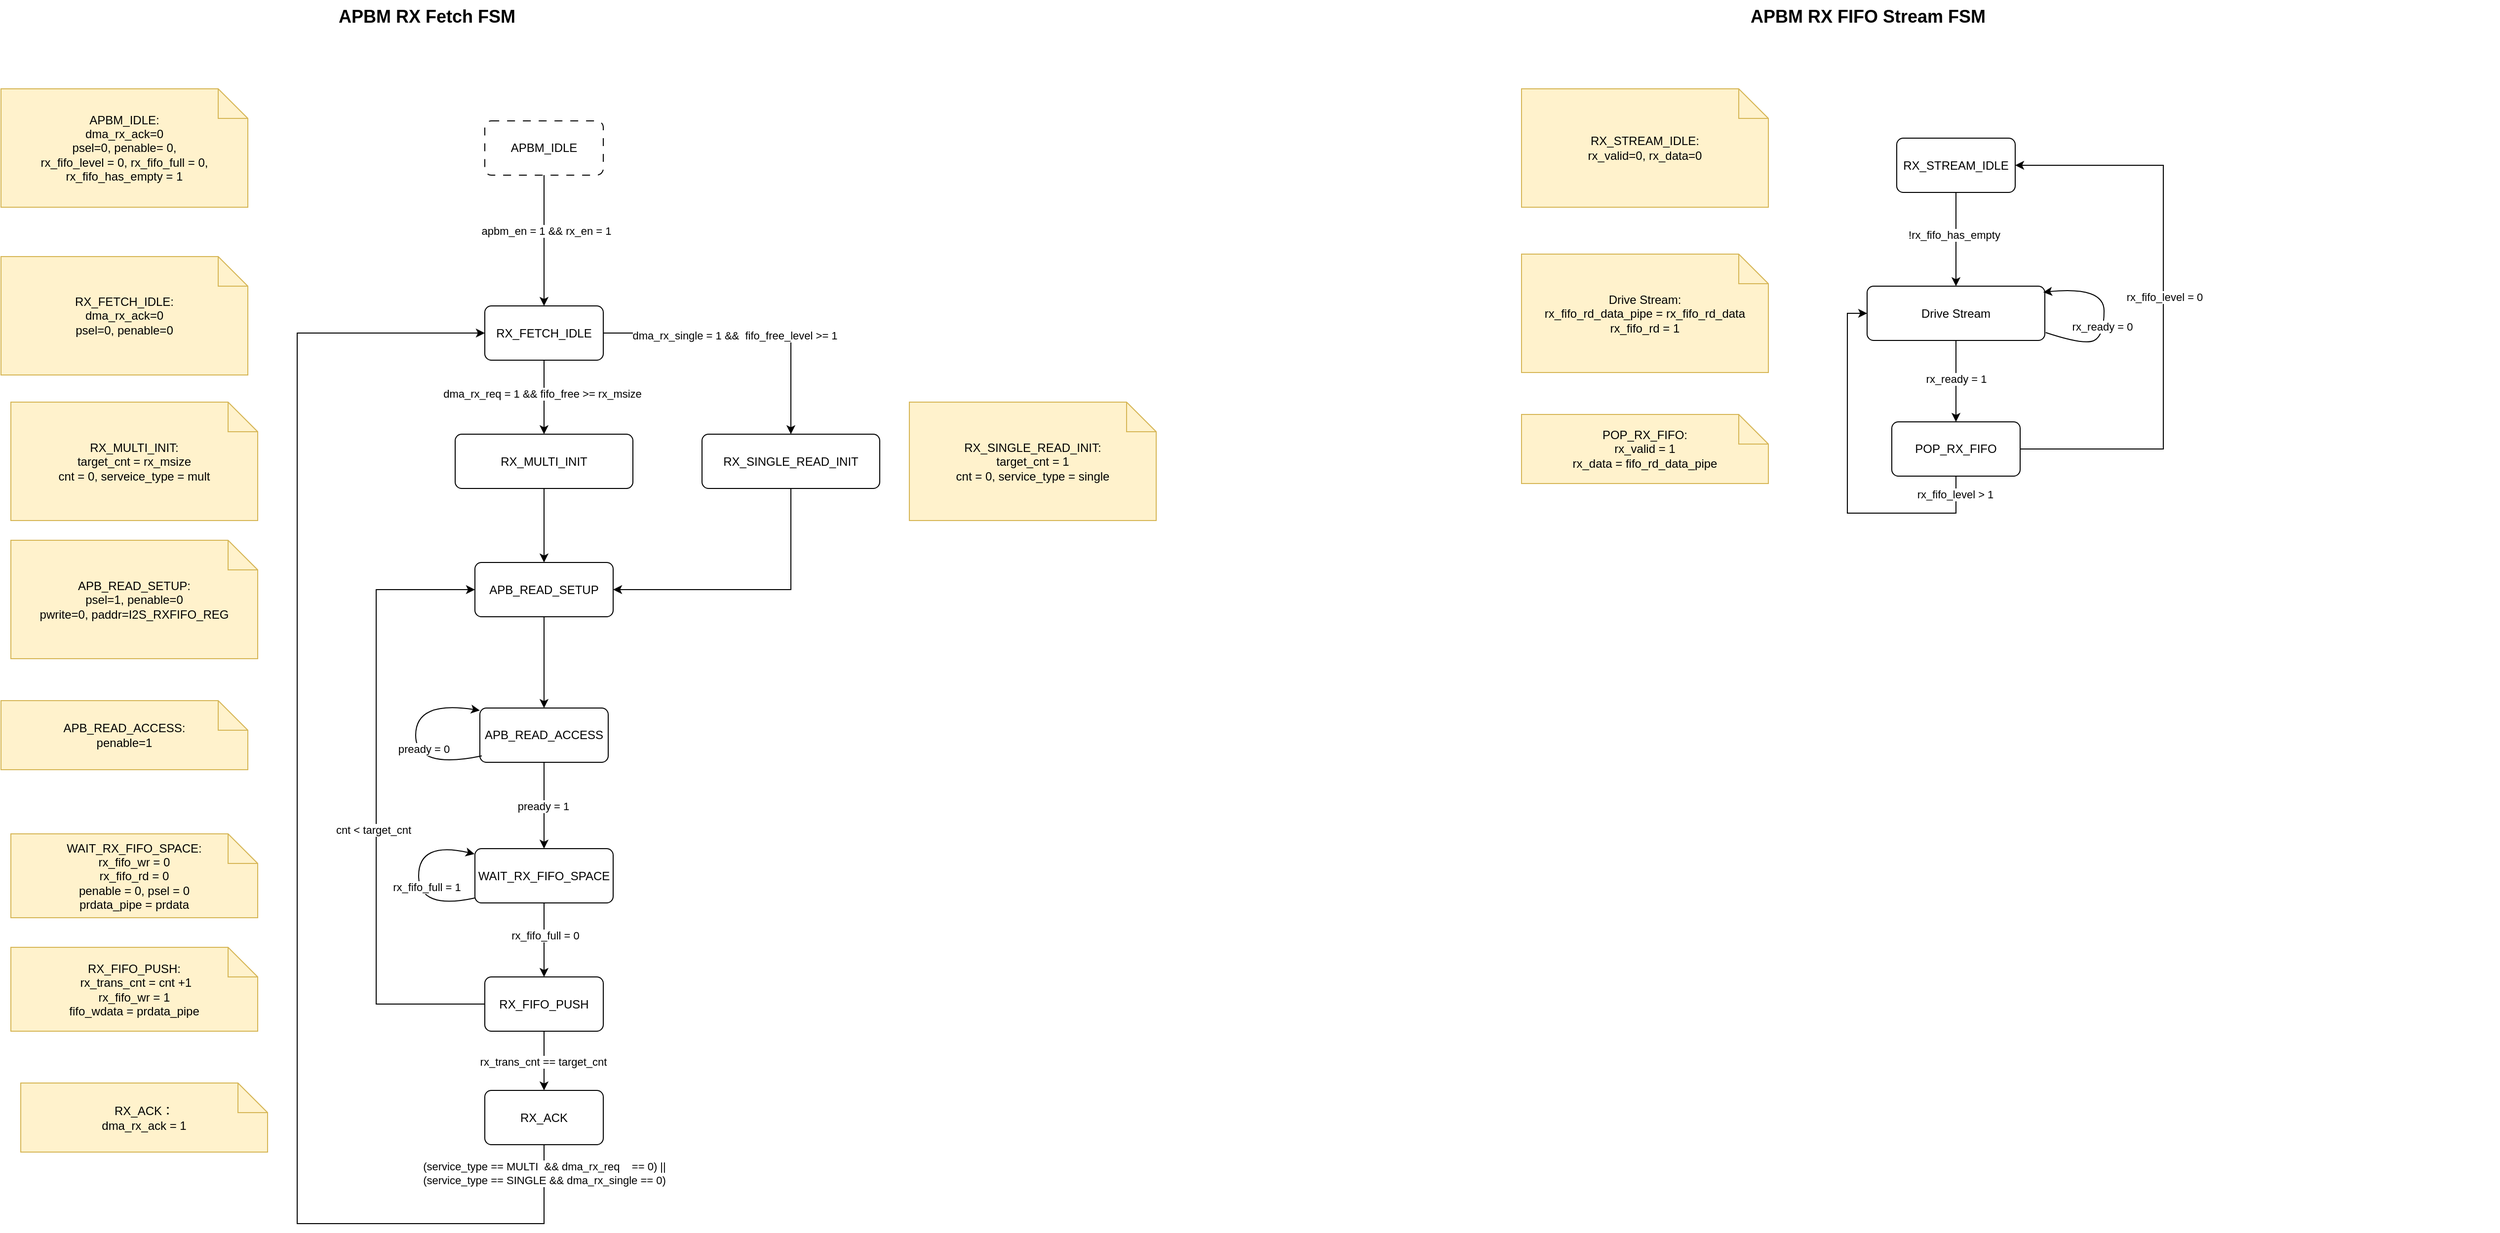
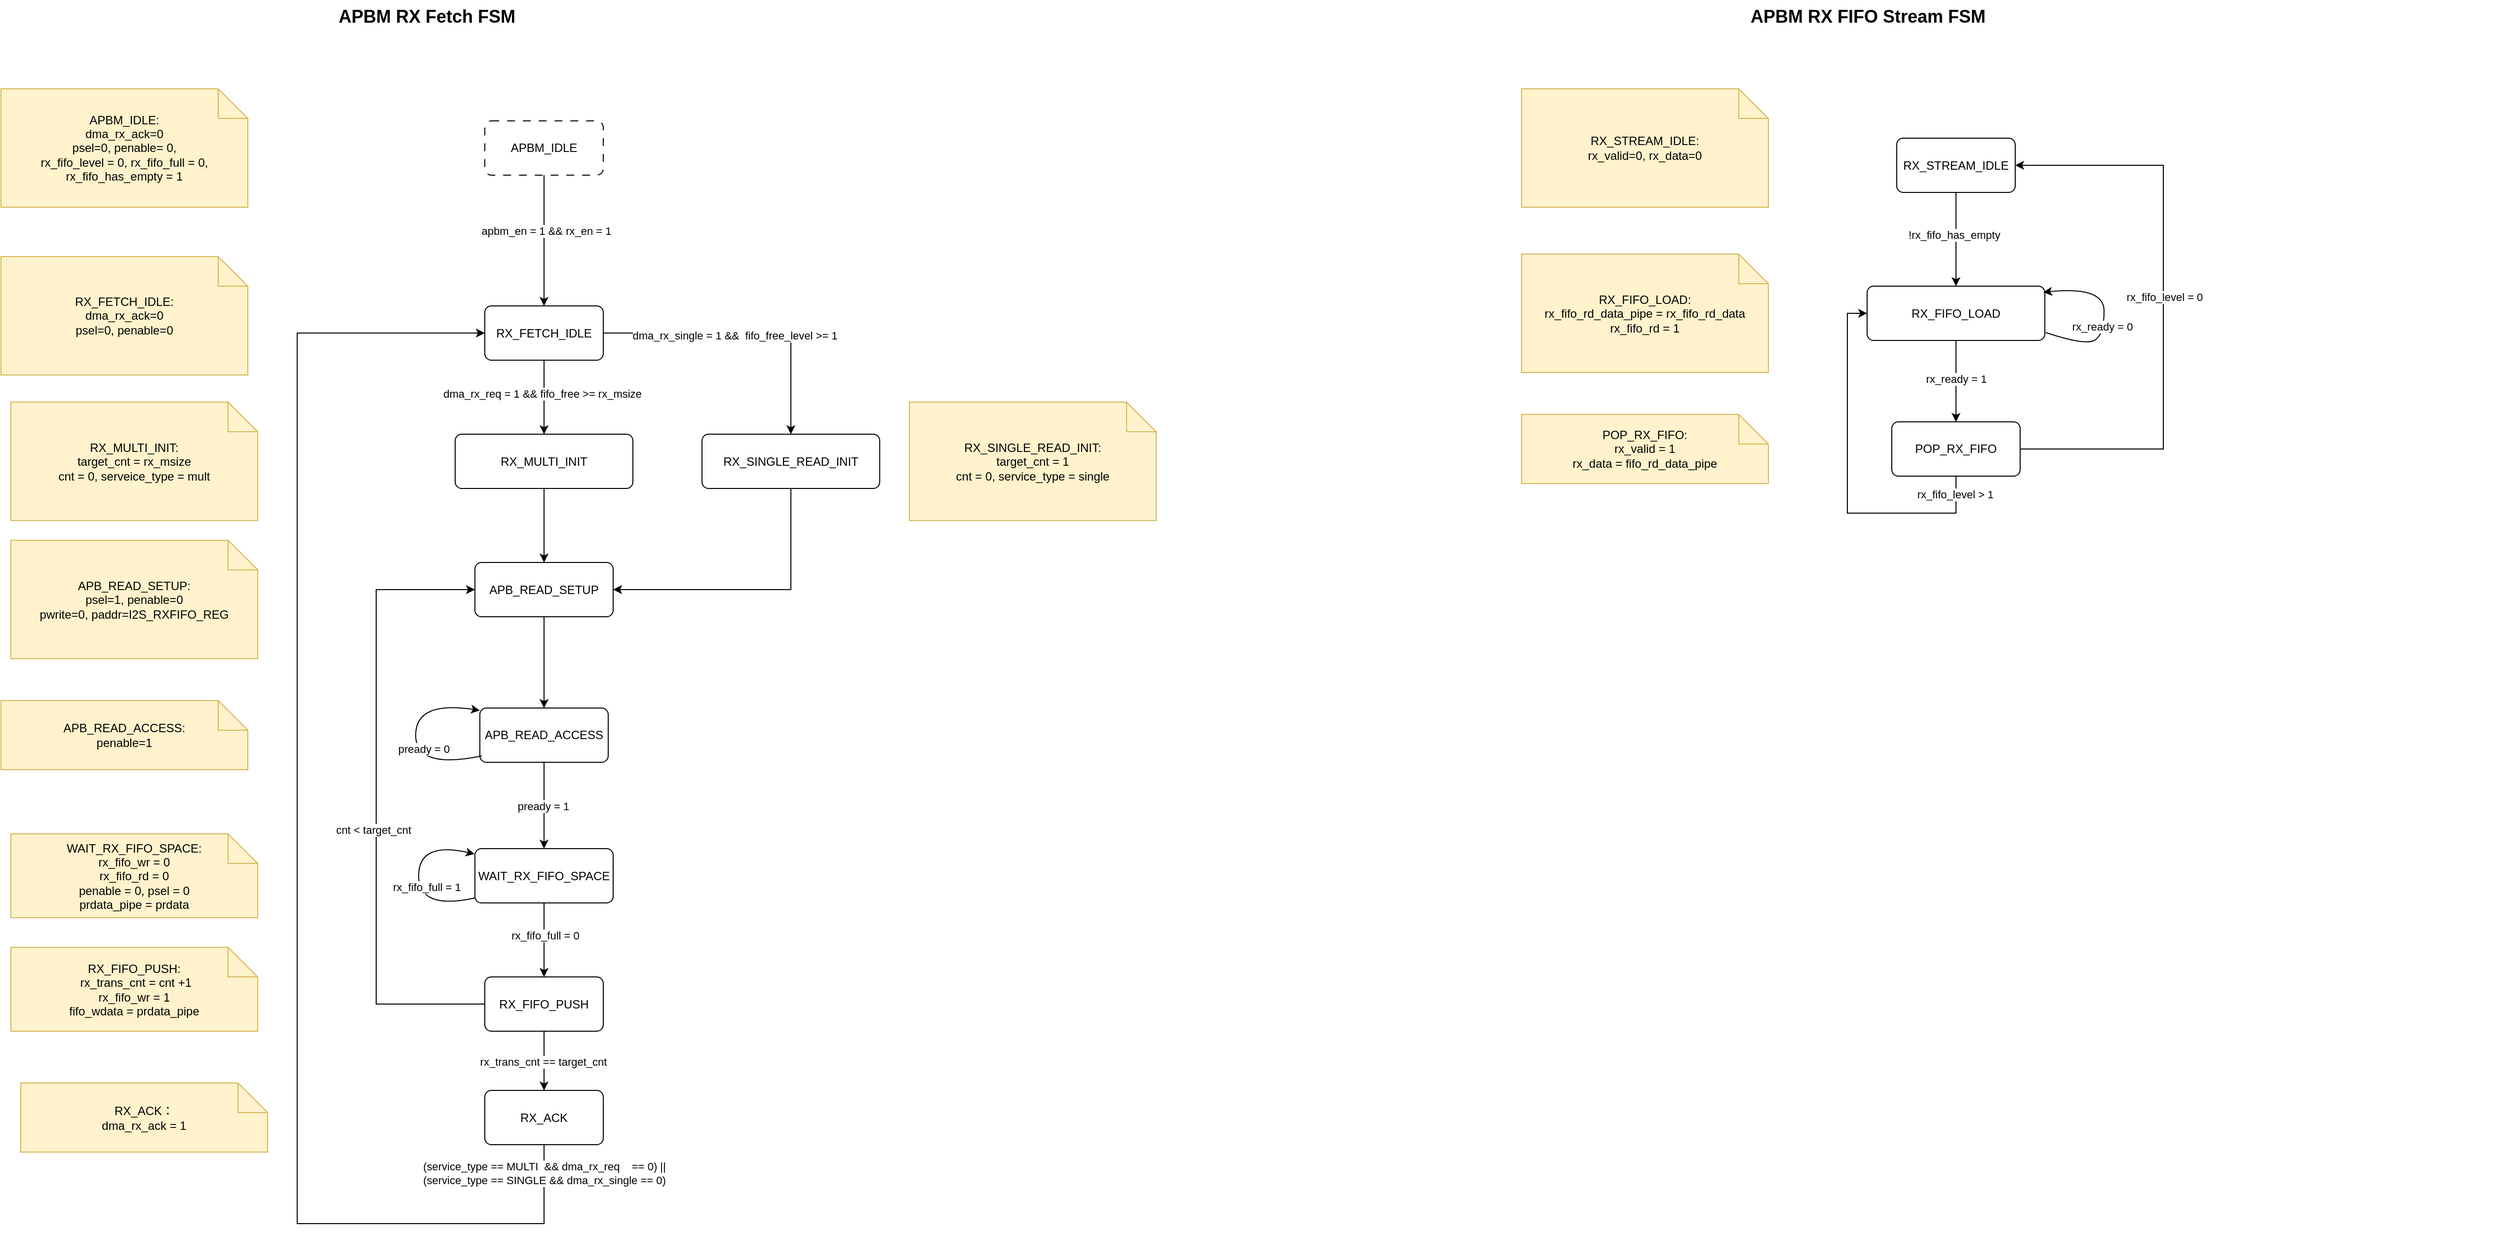
<mxfile host="app.diagrams.net" agent="ChatGPT">
  <diagram id="apbm_rx_fetch_fsm" name="APBM_RX_Fetch_FSM">
    <mxGraphModel dx="2358" dy="397" grid="1" gridSize="10" guides="1" tooltips="1" connect="1" arrows="1" fold="1" page="1" pageScale="1" pageWidth="1654" pageHeight="2339" math="0" shadow="0">
      <root>
        <mxCell id="0" />
        <mxCell id="1" parent="0" />
        <mxCell id="title" parent="1" style="text;html=1;strokeColor=none;fillColor=none;fontSize=18;fontStyle=1;" value="APBM RX Fetch FSM&amp;nbsp;&amp;nbsp;" vertex="1">
          <mxGeometry height="40" width="760" x="120" y="10" as="geometry" />
        </mxCell>
        <mxCell id="idle" parent="1" style="rounded=1;whiteSpace=wrap;html=1;arcSize=12;fillColor=#ffffff;strokeColor=#000000;" value="RX_FETCH_IDLE" vertex="1">
          <mxGeometry height="55" width="120" x="270" y="320" as="geometry" />
        </mxCell>
        <mxCell id="b5V3izeqS-97gPEoPy1i-3" parent="1" style="rounded=1;whiteSpace=wrap;html=1;arcSize=12;fillColor=#ffffff;strokeColor=#000000;" value="APB_READ_SETUP" vertex="1">
          <mxGeometry height="55" width="140" x="260" y="580" as="geometry" />
        </mxCell>
        <mxCell id="b5V3izeqS-97gPEoPy1i-7" edge="1" parent="1" source="idle" style="endArrow=classic;html=1;rounded=0;exitX=0.5;exitY=1;exitDx=0;exitDy=0;entryX=0.5;entryY=0;entryDx=0;entryDy=0;" target="b5V3izeqS-97gPEoPy1i-90" value="">
          <mxGeometry height="50" relative="1" width="50" as="geometry">
            <mxPoint x="350" y="440" as="sourcePoint" />
            <mxPoint x="330" y="450" as="targetPoint" />
          </mxGeometry>
        </mxCell>
        <mxCell id="b5V3izeqS-97gPEoPy1i-8" connectable="0" parent="b5V3izeqS-97gPEoPy1i-7" style="edgeLabel;html=1;align=center;verticalAlign=middle;resizable=0;points=[];" value="dma_rx_req = 1 &amp;amp;&amp;amp; fifo_free &amp;gt;= rx_msize" vertex="1">
          <mxGeometry relative="1" x="-0.0927" y="-2" as="geometry">
            <mxPoint as="offset" />
          </mxGeometry>
        </mxCell>
        <mxCell id="b5V3izeqS-97gPEoPy1i-9" parent="1" style="shape=note;whiteSpace=wrap;html=1;fillColor=#fff2cc;strokeColor=#d6b656;" value="APB_READ_SETUP:&lt;div&gt;psel=1, penable=0&lt;br&gt;pwrite=0, paddr=I2S_RXFIFO_REG&lt;/div&gt;" vertex="1">
          <mxGeometry height="120" width="250" x="-210" y="557.5" as="geometry" />
        </mxCell>
        <mxCell id="b5V3izeqS-97gPEoPy1i-10" parent="1" style="rounded=1;whiteSpace=wrap;html=1;arcSize=12;fillColor=#ffffff;strokeColor=#000000;" value="APB_READ_ACCESS" vertex="1">
          <mxGeometry height="55" width="130" x="265" y="727.5" as="geometry" />
        </mxCell>
        <mxCell id="b5V3izeqS-97gPEoPy1i-11" edge="1" parent="1" source="b5V3izeqS-97gPEoPy1i-3" style="endArrow=classic;html=1;rounded=0;exitX=0.5;exitY=1;exitDx=0;exitDy=0;entryX=0.5;entryY=0;entryDx=0;entryDy=0;" target="b5V3izeqS-97gPEoPy1i-10" value="">
          <mxGeometry height="50" relative="1" width="50" as="geometry">
            <mxPoint x="340" y="710" as="sourcePoint" />
            <mxPoint x="390" y="660" as="targetPoint" />
          </mxGeometry>
        </mxCell>
        <mxCell id="b5V3izeqS-97gPEoPy1i-13" parent="1" style="shape=note;whiteSpace=wrap;html=1;fillColor=#fff2cc;strokeColor=#d6b656;" value="APB_READ_ACCESS:&lt;br&gt;penable=1" vertex="1">
          <mxGeometry height="70" width="250" x="-220" y="720" as="geometry" />
        </mxCell>
        <mxCell id="b5V3izeqS-97gPEoPy1i-14" edge="1" parent="1" source="b5V3izeqS-97gPEoPy1i-10" style="curved=1;endArrow=classic;html=1;rounded=0;exitX=0.015;exitY=0.881;exitDx=0;exitDy=0;entryX=0;entryY=0;entryDx=0;entryDy=0;exitPerimeter=0;" value="">
          <mxGeometry height="50" relative="1" width="50" as="geometry">
            <Array as="points">
              <mxPoint x="200" y="790" />
              <mxPoint x="200" y="720" />
            </Array>
            <mxPoint x="265" y="785" as="sourcePoint" />
            <mxPoint x="265" y="730" as="targetPoint" />
          </mxGeometry>
        </mxCell>
        <mxCell id="b5V3izeqS-97gPEoPy1i-15" connectable="0" parent="b5V3izeqS-97gPEoPy1i-14" style="edgeLabel;html=1;align=center;verticalAlign=middle;resizable=0;points=[];" value="pready = 0" vertex="1">
          <mxGeometry relative="1" x="-0.1215" y="-8" as="geometry">
            <mxPoint as="offset" />
          </mxGeometry>
        </mxCell>
        <mxCell id="b5V3izeqS-97gPEoPy1i-16" parent="1" style="rounded=1;whiteSpace=wrap;html=1;arcSize=12;fillColor=#ffffff;strokeColor=#000000;" value="WAIT_RX_FIFO_SPACE" vertex="1">
          <mxGeometry height="55" width="140" x="260" y="870" as="geometry" />
        </mxCell>
        <mxCell id="b5V3izeqS-97gPEoPy1i-18" edge="1" parent="1" source="b5V3izeqS-97gPEoPy1i-10" style="endArrow=classic;html=1;rounded=0;exitX=0.5;exitY=1;exitDx=0;exitDy=0;entryX=0.5;entryY=0;entryDx=0;entryDy=0;" target="b5V3izeqS-97gPEoPy1i-16" value="">
          <mxGeometry height="50" relative="1" width="50" as="geometry">
            <mxPoint x="320" y="860" as="sourcePoint" />
            <mxPoint x="370" y="810" as="targetPoint" />
          </mxGeometry>
        </mxCell>
        <mxCell id="b5V3izeqS-97gPEoPy1i-19" connectable="0" parent="b5V3izeqS-97gPEoPy1i-18" style="edgeLabel;html=1;align=center;verticalAlign=middle;resizable=0;points=[];" value="pready = 1" vertex="1">
          <mxGeometry relative="1" x="0.0089" y="-1" as="geometry">
            <mxPoint as="offset" />
          </mxGeometry>
        </mxCell>
        <mxCell id="b5V3izeqS-97gPEoPy1i-20" parent="1" style="shape=note;whiteSpace=wrap;html=1;fillColor=#fff2cc;strokeColor=#d6b656;" value="WAIT_RX_FIFO_SPACE:&lt;div&gt;rx_fifo_wr = 0&lt;/div&gt;&lt;div&gt;rx_fifo_rd = 0&lt;br&gt;&lt;/div&gt;&lt;div&gt;penable = 0, psel = 0&lt;/div&gt;&lt;div&gt;prdata_pipe = prdata&lt;/div&gt;" vertex="1">
          <mxGeometry height="85" width="250" x="-210" y="855" as="geometry" />
        </mxCell>
        <mxCell id="b5V3izeqS-97gPEoPy1i-21" parent="1" style="rounded=1;whiteSpace=wrap;html=1;arcSize=12;fillColor=#ffffff;strokeColor=#000000;" value="RX_ACK" vertex="1">
          <mxGeometry height="55" width="120" x="270" y="1115" as="geometry" />
        </mxCell>
        <mxCell id="b5V3izeqS-97gPEoPy1i-26" edge="1" parent="1" source="b5V3izeqS-97gPEoPy1i-75" style="endArrow=classic;html=1;rounded=0;exitX=0.5;exitY=1;exitDx=0;exitDy=0;" value="">
          <mxGeometry height="50" relative="1" width="50" as="geometry">
            <mxPoint x="329.57" y="1040" as="sourcePoint" />
            <mxPoint x="330" y="1115" as="targetPoint" />
          </mxGeometry>
        </mxCell>
        <mxCell id="b5V3izeqS-97gPEoPy1i-27" connectable="0" parent="b5V3izeqS-97gPEoPy1i-26" style="edgeLabel;html=1;align=center;verticalAlign=middle;resizable=0;points=[];" value="rx_trans_cnt == target_cnt" vertex="1">
          <mxGeometry relative="1" x="0.0089" y="-1" as="geometry">
            <mxPoint as="offset" />
          </mxGeometry>
        </mxCell>
        <mxCell id="b5V3izeqS-97gPEoPy1i-28" parent="1" style="shape=note;whiteSpace=wrap;html=1;fillColor=#fff2cc;strokeColor=#d6b656;" value="RX_ACK：&lt;div&gt;dma_rx_ack = 1&lt;/div&gt;" vertex="1">
          <mxGeometry height="70" width="250" x="-200" y="1107.5" as="geometry" />
        </mxCell>
        <mxCell id="b5V3izeqS-97gPEoPy1i-29" parent="1" style="shape=note;whiteSpace=wrap;html=1;fillColor=#fff2cc;strokeColor=#d6b656;" value="RX_FETCH_IDLE:&lt;div&gt;dma_rx_ack=0&lt;/div&gt;&lt;div&gt;psel=0, penable=0&lt;br&gt;&lt;/div&gt;" vertex="1">
          <mxGeometry height="120" width="250" x="-220" y="270" as="geometry" />
        </mxCell>
        <mxCell id="b5V3izeqS-97gPEoPy1i-30" edge="1" parent="1" source="b5V3izeqS-97gPEoPy1i-21" style="endArrow=classic;html=1;rounded=0;exitX=0.5;exitY=1;exitDx=0;exitDy=0;edgeStyle=orthogonalEdgeStyle;entryX=0;entryY=0.5;entryDx=0;entryDy=0;" target="idle" value="">
          <mxGeometry height="50" relative="1" width="50" as="geometry">
            <Array as="points">
              <mxPoint x="330" y="1250" />
              <mxPoint x="80" y="1250" />
              <mxPoint x="80" y="348" />
            </Array>
            <mxPoint x="219.95" y="932.5" as="sourcePoint" />
            <mxPoint x="160" y="345" as="targetPoint" />
          </mxGeometry>
        </mxCell>
        <mxCell id="b5V3izeqS-97gPEoPy1i-74" connectable="0" parent="b5V3izeqS-97gPEoPy1i-30" style="edgeLabel;html=1;align=center;verticalAlign=middle;resizable=0;points=[];" value="&lt;div&gt;(service_type == MULTI&amp;nbsp; &amp;amp;&amp;amp; dma_rx_req&amp;nbsp; &amp;nbsp; == 0) ||&lt;/div&gt;&lt;div&gt;(service_type == SINGLE &amp;amp;&amp;amp; dma_rx_single == 0)&lt;/div&gt;" vertex="1">
          <mxGeometry relative="1" x="-0.9589" as="geometry">
            <mxPoint as="offset" />
          </mxGeometry>
        </mxCell>
        <mxCell id="b5V3izeqS-97gPEoPy1i-31" edge="1" parent="1" source="idle" style="endArrow=classic;html=1;rounded=0;exitX=1;exitY=0.5;exitDx=0;exitDy=0;edgeStyle=orthogonalEdgeStyle;entryX=0.5;entryY=0;entryDx=0;entryDy=0;" target="b5V3izeqS-97gPEoPy1i-34" value="">
          <mxGeometry height="50" relative="1" width="50" as="geometry">
            <mxPoint x="560" y="420" as="sourcePoint" />
            <mxPoint x="570" y="440" as="targetPoint" />
          </mxGeometry>
        </mxCell>
        <mxCell id="b5V3izeqS-97gPEoPy1i-32" connectable="0" parent="b5V3izeqS-97gPEoPy1i-31" style="edgeLabel;html=1;align=center;verticalAlign=middle;resizable=0;points=[];" value="dma_rx_single = 1 &amp;amp;&amp;amp;&amp;nbsp; fifo_free_level &amp;gt;= 1" vertex="1">
          <mxGeometry relative="1" x="-0.0927" y="-2" as="geometry">
            <mxPoint as="offset" />
          </mxGeometry>
        </mxCell>
        <mxCell id="b5V3izeqS-97gPEoPy1i-34" parent="1" style="rounded=1;whiteSpace=wrap;html=1;arcSize=12;fillColor=#ffffff;strokeColor=#000000;" value="RX_SINGLE_READ_INIT" vertex="1">
          <mxGeometry height="55" width="180" x="490" y="450" as="geometry" />
        </mxCell>
        <mxCell id="b5V3izeqS-97gPEoPy1i-35" parent="1" style="shape=note;whiteSpace=wrap;html=1;fillColor=#fff2cc;strokeColor=#d6b656;" value="RX_SINGLE_READ_INIT:&lt;div&gt;target_cnt = 1&lt;br&gt;cnt = 0, service_type = single&lt;/div&gt;" vertex="1">
          <mxGeometry height="120" width="250" x="700" y="417.5" as="geometry" />
        </mxCell>
        <mxCell id="b5V3izeqS-97gPEoPy1i-39" edge="1" parent="1" source="b5V3izeqS-97gPEoPy1i-34" style="endArrow=classic;html=1;rounded=0;exitX=0.5;exitY=1;exitDx=0;exitDy=0;entryX=1;entryY=0.5;entryDx=0;entryDy=0;edgeStyle=orthogonalEdgeStyle;" target="b5V3izeqS-97gPEoPy1i-3" value="">
          <mxGeometry height="50" relative="1" width="50" as="geometry">
            <mxPoint x="540" y="830" as="sourcePoint" />
            <mxPoint x="590" y="780" as="targetPoint" />
          </mxGeometry>
        </mxCell>
        <mxCell id="b5V3izeqS-97gPEoPy1i-40" parent="1" style="text;html=1;strokeColor=none;fillColor=none;fontSize=18;fontStyle=1;" value="APBM RX FIFO Stream FSM&amp;nbsp;&amp;nbsp;" vertex="1">
          <mxGeometry height="40" width="760" x="1550" y="10" as="geometry" />
        </mxCell>
        <mxCell id="b5V3izeqS-97gPEoPy1i-41" parent="1" style="rounded=1;whiteSpace=wrap;html=1;arcSize=12;fillColor=#ffffff;strokeColor=#000000;" value="RX_STREAM_IDLE" vertex="1">
          <mxGeometry height="55" width="120" x="1700" y="150" as="geometry" />
        </mxCell>
-         <mxCell id="b5V3izeqS-97gPEoPy1i-42" parent="1" style="rounded=1;whiteSpace=wrap;html=1;arcSize=12;fillColor=#ffffff;strokeColor=#000000;" value="Drive Stream" vertex="1">
+         <mxCell id="b5V3izeqS-97gPEoPy1i-42" parent="1" style="rounded=1;whiteSpace=wrap;html=1;arcSize=12;fillColor=#ffffff;strokeColor=#000000;" value="RX_FIFO_LOAD" vertex="1">
          <mxGeometry height="55" width="180" x="1670" y="300" as="geometry" />
        </mxCell>
        <mxCell id="b5V3izeqS-97gPEoPy1i-43" edge="1" parent="1" source="b5V3izeqS-97gPEoPy1i-41" style="endArrow=classic;html=1;rounded=0;exitX=0.5;exitY=1;exitDx=0;exitDy=0;entryX=0.5;entryY=0;entryDx=0;entryDy=0;" target="b5V3izeqS-97gPEoPy1i-42" value="">
          <mxGeometry height="50" relative="1" width="50" as="geometry">
            <mxPoint x="1780" y="270" as="sourcePoint" />
            <mxPoint x="1830" y="220" as="targetPoint" />
          </mxGeometry>
        </mxCell>
        <mxCell id="b5V3izeqS-97gPEoPy1i-44" connectable="0" parent="b5V3izeqS-97gPEoPy1i-43" style="edgeLabel;html=1;align=center;verticalAlign=middle;resizable=0;points=[];" value="!rx_fifo_has_empty" vertex="1">
          <mxGeometry relative="1" x="-0.0927" y="-2" as="geometry">
            <mxPoint as="offset" />
          </mxGeometry>
        </mxCell>
-         <mxCell id="b5V3izeqS-97gPEoPy1i-45" parent="1" style="shape=note;whiteSpace=wrap;html=1;fillColor=#fff2cc;strokeColor=#d6b656;" value="Drive Stream:&lt;div&gt;rx_fifo_rd_data_pipe = rx_fifo_rd_data&lt;br&gt;&lt;/div&gt;&lt;div&gt;rx_fifo_rd = 1&lt;/div&gt;" vertex="1">
+         <mxCell id="b5V3izeqS-97gPEoPy1i-45" parent="1" style="shape=note;whiteSpace=wrap;html=1;fillColor=#fff2cc;strokeColor=#d6b656;" value="RX_FIFO_LOAD:&lt;div&gt;rx_fifo_rd_data_pipe = rx_fifo_rd_data&lt;br&gt;&lt;/div&gt;&lt;div&gt;rx_fifo_rd = 1&lt;/div&gt;" vertex="1">
          <mxGeometry height="120" width="250" x="1320" y="267.5" as="geometry" />
        </mxCell>
        <mxCell id="b5V3izeqS-97gPEoPy1i-46" parent="1" style="rounded=1;whiteSpace=wrap;html=1;arcSize=12;fillColor=#ffffff;strokeColor=#000000;" value="POP_RX_FIFO" vertex="1">
          <mxGeometry height="55" width="130" x="1695" y="437.5" as="geometry" />
        </mxCell>
        <mxCell id="b5V3izeqS-97gPEoPy1i-47" edge="1" parent="1" source="b5V3izeqS-97gPEoPy1i-42" style="endArrow=classic;html=1;rounded=0;exitX=0.5;exitY=1;exitDx=0;exitDy=0;entryX=0.5;entryY=0;entryDx=0;entryDy=0;" target="b5V3izeqS-97gPEoPy1i-46" value="">
          <mxGeometry height="50" relative="1" width="50" as="geometry">
            <mxPoint x="1770" y="420" as="sourcePoint" />
            <mxPoint x="1820" y="370" as="targetPoint" />
          </mxGeometry>
        </mxCell>
        <mxCell id="b5V3izeqS-97gPEoPy1i-68" connectable="0" parent="b5V3izeqS-97gPEoPy1i-47" style="edgeLabel;html=1;align=center;verticalAlign=middle;resizable=0;points=[];" value="rx_ready = 1" vertex="1">
          <mxGeometry relative="1" x="-0.0537" as="geometry">
            <mxPoint as="offset" />
          </mxGeometry>
        </mxCell>
        <mxCell id="b5V3izeqS-97gPEoPy1i-48" parent="1" style="shape=note;whiteSpace=wrap;html=1;fillColor=#fff2cc;strokeColor=#d6b656;" value="POP_RX_FIFO:&lt;div&gt;rx_valid = 1&lt;/div&gt;&lt;div&gt;rx_data = fifo_rd_data_pipe&lt;/div&gt;" vertex="1">
          <mxGeometry height="70" width="250" x="1320" y="430" as="geometry" />
        </mxCell>
        <mxCell id="b5V3izeqS-97gPEoPy1i-59" parent="1" style="shape=note;whiteSpace=wrap;html=1;fillColor=#fff2cc;strokeColor=#d6b656;" value="RX_STREAM_IDLE:&lt;div&gt;rx_valid=0, rx_data=0&lt;/div&gt;" vertex="1">
          <mxGeometry height="120" width="250" x="1320" y="100" as="geometry" />
        </mxCell>
        <mxCell id="b5V3izeqS-97gPEoPy1i-69" edge="1" parent="1" source="b5V3izeqS-97gPEoPy1i-46" style="endArrow=classic;html=1;rounded=0;exitX=0.5;exitY=1;exitDx=0;exitDy=0;entryX=0;entryY=0.5;entryDx=0;entryDy=0;edgeStyle=orthogonalEdgeStyle;" target="b5V3izeqS-97gPEoPy1i-42" value="">
          <mxGeometry height="50" relative="1" width="50" as="geometry">
            <Array as="points">
              <mxPoint x="1760" y="530" />
              <mxPoint x="1650" y="530" />
              <mxPoint x="1650" y="328" />
            </Array>
            <mxPoint x="1950" y="430" as="sourcePoint" />
            <mxPoint x="2000" y="380" as="targetPoint" />
          </mxGeometry>
        </mxCell>
        <mxCell id="b5V3izeqS-97gPEoPy1i-71" connectable="0" parent="b5V3izeqS-97gPEoPy1i-69" style="edgeLabel;html=1;align=center;verticalAlign=middle;resizable=0;points=[];" value="rx_fifo_level &amp;gt; 1" vertex="1">
          <mxGeometry relative="1" x="-0.9016" y="-1" as="geometry">
            <mxPoint as="offset" />
          </mxGeometry>
        </mxCell>
        <mxCell id="b5V3izeqS-97gPEoPy1i-72" edge="1" parent="1" source="b5V3izeqS-97gPEoPy1i-46" style="endArrow=classic;html=1;rounded=0;exitX=1;exitY=0.5;exitDx=0;exitDy=0;entryX=1;entryY=0.5;entryDx=0;entryDy=0;edgeStyle=orthogonalEdgeStyle;" target="b5V3izeqS-97gPEoPy1i-41" value="">
          <mxGeometry height="50" relative="1" width="50" as="geometry">
            <Array as="points">
              <mxPoint x="1970" y="465" />
              <mxPoint x="1970" y="178" />
            </Array>
            <mxPoint x="1910" y="460" as="sourcePoint" />
            <mxPoint x="1960" y="410" as="targetPoint" />
          </mxGeometry>
        </mxCell>
        <mxCell id="b5V3izeqS-97gPEoPy1i-73" connectable="0" parent="b5V3izeqS-97gPEoPy1i-72" style="edgeLabel;html=1;align=center;verticalAlign=middle;resizable=0;points=[];" value="rx_fifo_level = 0" vertex="1">
          <mxGeometry relative="1" x="0.0267" y="-1" as="geometry">
            <mxPoint as="offset" />
          </mxGeometry>
        </mxCell>
        <mxCell id="b5V3izeqS-97gPEoPy1i-75" parent="1" style="rounded=1;whiteSpace=wrap;html=1;arcSize=12;fillColor=#ffffff;strokeColor=#000000;" value="RX_FIFO_PUSH" vertex="1">
          <mxGeometry height="55" width="120" x="270" y="1000" as="geometry" />
        </mxCell>
        <mxCell id="b5V3izeqS-97gPEoPy1i-76" edge="1" parent="1" source="b5V3izeqS-97gPEoPy1i-16" style="endArrow=classic;html=1;rounded=0;exitX=0.5;exitY=1;exitDx=0;exitDy=0;entryX=0.5;entryY=0;entryDx=0;entryDy=0;" target="b5V3izeqS-97gPEoPy1i-75" value="">
          <mxGeometry height="50" relative="1" width="50" as="geometry">
            <mxPoint x="400" y="990" as="sourcePoint" />
            <mxPoint x="450" y="940" as="targetPoint" />
          </mxGeometry>
        </mxCell>
        <mxCell id="b5V3izeqS-97gPEoPy1i-77" connectable="0" parent="b5V3izeqS-97gPEoPy1i-76" style="edgeLabel;html=1;align=center;verticalAlign=middle;resizable=0;points=[];" value="rx_fifo_full = 0" vertex="1">
          <mxGeometry relative="1" x="-0.1138" y="1" as="geometry">
            <mxPoint as="offset" />
          </mxGeometry>
        </mxCell>
        <mxCell id="b5V3izeqS-97gPEoPy1i-78" edge="1" parent="1" style="curved=1;endArrow=classic;html=1;rounded=0;entryX=-0.002;entryY=0.099;entryDx=0;entryDy=0;entryPerimeter=0;" target="b5V3izeqS-97gPEoPy1i-16" value="">
          <mxGeometry height="50" relative="1" width="50" as="geometry">
            <Array as="points">
              <mxPoint x="203" y="932.5" />
              <mxPoint x="203" y="862.5" />
            </Array>
            <mxPoint x="260" y="920" as="sourcePoint" />
            <mxPoint x="268" y="872.5" as="targetPoint" />
          </mxGeometry>
        </mxCell>
        <mxCell id="b5V3izeqS-97gPEoPy1i-79" connectable="0" parent="b5V3izeqS-97gPEoPy1i-78" style="edgeLabel;html=1;align=center;verticalAlign=middle;resizable=0;points=[];" value="rx_fifo_full = 1" vertex="1">
          <mxGeometry relative="1" x="-0.1215" y="-8" as="geometry">
            <mxPoint as="offset" />
          </mxGeometry>
        </mxCell>
        <mxCell id="b5V3izeqS-97gPEoPy1i-80" parent="1" style="shape=note;whiteSpace=wrap;html=1;fillColor=#fff2cc;strokeColor=#d6b656;" value="RX_FIFO_PUSH:&lt;div&gt;&amp;nbsp;rx_trans_cnt = cnt +1&lt;br&gt;&lt;/div&gt;&lt;div&gt;rx_fifo_wr = 1&lt;br&gt;fifo_wdata = prdata_pipe&lt;/div&gt;" vertex="1">
          <mxGeometry height="85" width="250" x="-210" y="970" as="geometry" />
        </mxCell>
        <mxCell id="b5V3izeqS-97gPEoPy1i-81" parent="1" style="rounded=1;whiteSpace=wrap;html=1;arcSize=12;fillColor=#ffffff;strokeColor=#000000;dashed=1;dashPattern=8 8;" value="APBM_IDLE" vertex="1">
          <mxGeometry height="55" width="120" x="270" y="132.5" as="geometry" />
        </mxCell>
        <mxCell id="b5V3izeqS-97gPEoPy1i-82" edge="1" parent="1" source="b5V3izeqS-97gPEoPy1i-81" style="endArrow=classic;html=1;rounded=0;exitX=0.5;exitY=1;exitDx=0;exitDy=0;" target="idle" value="">
          <mxGeometry height="50" relative="1" width="50" as="geometry">
            <mxPoint x="370" y="240" as="sourcePoint" />
            <mxPoint x="420" y="190" as="targetPoint" />
          </mxGeometry>
        </mxCell>
        <mxCell id="b5V3izeqS-97gPEoPy1i-83" connectable="0" parent="b5V3izeqS-97gPEoPy1i-82" style="edgeLabel;html=1;align=center;verticalAlign=middle;resizable=0;points=[];" value="apbm_en = 1 &amp;amp;&amp;amp; rx_en = 1" vertex="1">
          <mxGeometry relative="1" x="-0.1446" y="2" as="geometry">
            <mxPoint as="offset" />
          </mxGeometry>
        </mxCell>
        <mxCell id="b5V3izeqS-97gPEoPy1i-84" parent="1" style="shape=note;whiteSpace=wrap;html=1;fillColor=#fff2cc;strokeColor=#d6b656;" value="APBM_IDLE:&lt;div&gt;dma_rx_ack=0&lt;/div&gt;&lt;div&gt;psel=0, penable= 0,&lt;br&gt;&lt;/div&gt;&lt;div&gt;rx_fifo_level = 0, rx_fifo_full = 0, rx_fifo_has_empty = 1&lt;/div&gt;" vertex="1">
          <mxGeometry height="120" width="250" x="-220" y="100" as="geometry" />
        </mxCell>
        <mxCell id="b5V3izeqS-97gPEoPy1i-85" edge="1" parent="1" source="b5V3izeqS-97gPEoPy1i-75" style="endArrow=classic;html=1;rounded=0;exitX=0;exitY=0.5;exitDx=0;exitDy=0;edgeStyle=orthogonalEdgeStyle;entryX=0;entryY=0.5;entryDx=0;entryDy=0;" target="b5V3izeqS-97gPEoPy1i-3" value="">
          <mxGeometry height="50" relative="1" width="50" as="geometry">
            <Array as="points">
              <mxPoint x="160" y="1028" />
              <mxPoint x="160" y="608" />
            </Array>
            <mxPoint x="40" y="1026.88" as="sourcePoint" />
            <mxPoint x="110" y="690" as="targetPoint" />
          </mxGeometry>
        </mxCell>
        <mxCell id="b5V3izeqS-97gPEoPy1i-86" connectable="0" parent="b5V3izeqS-97gPEoPy1i-85" style="edgeLabel;html=1;align=center;verticalAlign=middle;resizable=0;points=[];" value="cnt &amp;lt; target_cnt" vertex="1">
          <mxGeometry relative="1" x="-0.0902" y="3" as="geometry">
            <mxPoint as="offset" />
          </mxGeometry>
        </mxCell>
        <mxCell id="b5V3izeqS-97gPEoPy1i-87" edge="1" parent="1" source="b5V3izeqS-97gPEoPy1i-42" style="curved=1;endArrow=classic;html=1;rounded=0;entryX=0.991;entryY=0.112;entryDx=0;entryDy=0;exitX=1.005;exitY=0.854;exitDx=0;exitDy=0;exitPerimeter=0;entryPerimeter=0;" target="b5V3izeqS-97gPEoPy1i-42" value="">
          <mxGeometry height="50" relative="1" width="50" as="geometry">
            <Array as="points">
              <mxPoint x="1890" y="360" />
              <mxPoint x="1910" y="350" />
              <mxPoint x="1910" y="300" />
            </Array>
            <mxPoint x="1860" y="420" as="sourcePoint" />
            <mxPoint x="1910" y="370" as="targetPoint" />
          </mxGeometry>
        </mxCell>
        <mxCell id="b5V3izeqS-97gPEoPy1i-88" connectable="0" parent="b5V3izeqS-97gPEoPy1i-87" style="edgeLabel;html=1;align=center;verticalAlign=middle;resizable=0;points=[];" value="rx_ready = 0" vertex="1">
          <mxGeometry relative="1" x="-0.1698" y="2" as="geometry">
            <mxPoint as="offset" />
          </mxGeometry>
        </mxCell>
        <mxCell id="b5V3izeqS-97gPEoPy1i-90" parent="1" style="rounded=1;whiteSpace=wrap;html=1;arcSize=12;fillColor=#ffffff;strokeColor=#000000;" value="RX_MULTI_INIT" vertex="1">
          <mxGeometry height="55" width="180" x="240" y="450" as="geometry" />
        </mxCell>
        <mxCell id="b5V3izeqS-97gPEoPy1i-91" edge="1" parent="1" source="b5V3izeqS-97gPEoPy1i-90" style="endArrow=classic;html=1;rounded=0;exitX=0.5;exitY=1;exitDx=0;exitDy=0;entryX=0.5;entryY=0;entryDx=0;entryDy=0;" target="b5V3izeqS-97gPEoPy1i-3" value="">
          <mxGeometry height="50" relative="1" width="50" as="geometry">
            <mxPoint x="320" y="520" as="sourcePoint" />
            <mxPoint x="320" y="585" as="targetPoint" />
          </mxGeometry>
        </mxCell>
        <mxCell id="b5V3izeqS-97gPEoPy1i-92" parent="1" style="shape=note;whiteSpace=wrap;html=1;fillColor=#fff2cc;strokeColor=#d6b656;" value="RX_MULTI_INIT:&lt;div&gt;target_cnt = rx_msize&lt;br&gt;cnt = 0, serveice_type = mult&lt;/div&gt;" vertex="1">
          <mxGeometry height="120" width="250" x="-210" y="417.5" as="geometry" />
        </mxCell>
      </root>
    </mxGraphModel>
  </diagram>
</mxfile>
